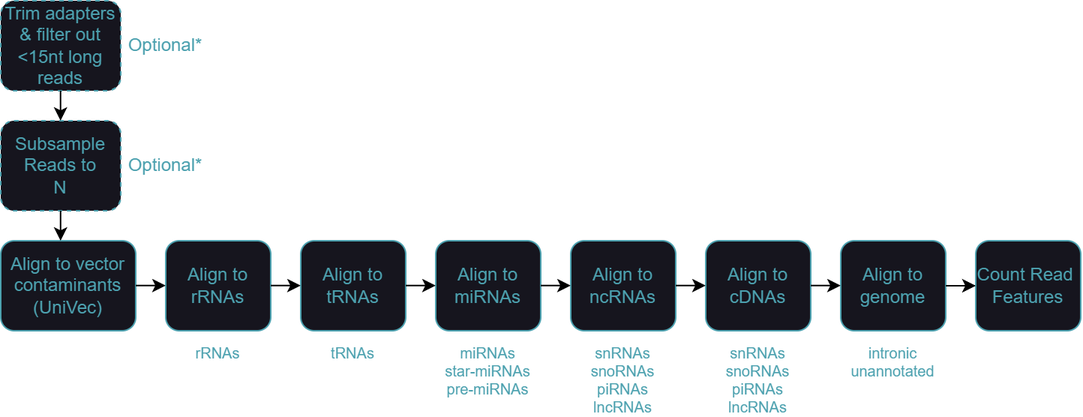
Above: assets/overview.single.lr.png in Aimann/rsb-align-pub (draw.io), before the change. Source tidied: cells renumbered, new cells last; positions are measured from the earlier drawing's top-left corner, leaving out a move shared by most shapes.
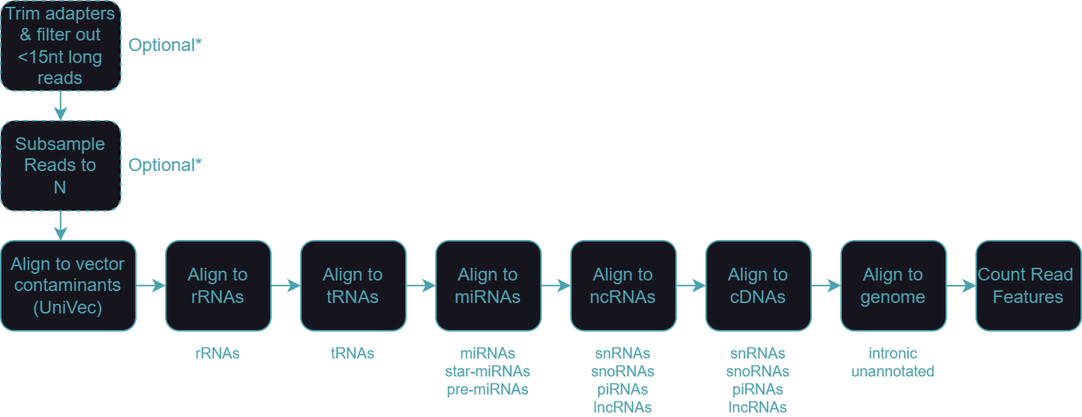
The same file after the commit.

Change to the diagram source:
```diff
@@ -26,37 +26,37 @@
     <mxCell id="9" value="&lt;font color=&quot;#4ca1af&quot;&gt;Subsample&lt;br&gt;Reads to&lt;br&gt;N&lt;/font&gt;" style="rounded=1;whiteSpace=wrap;html=1;dashed=1;fillColor=#16151e;strokeColor=#4CA1AF;" parent="1" vertex="1">
       <mxGeometry y="80" width="80" height="60" as="geometry" />
     </mxCell>
-    <mxCell id="10" style="endArrow=classic;html=1;exitX=1;exitY=0.5;exitDx=0;exitDy=0;entryX=0;entryY=0.5;entryDx=0;entryDy=0;" parent="1" edge="1">
+    <mxCell id="10" style="endArrow=classic;html=1;exitX=1;exitY=0.5;exitDx=0;exitDy=0;entryX=0;entryY=0.5;entryDx=0;entryDy=0;fontColor=#4CA1AF;labelBackgroundColor=#4CA1AF;strokeColor=#4CA1AF;" parent="1" edge="1">
       <mxGeometry relative="1" as="geometry">
         <mxPoint x="180" y="189.9" as="sourcePoint" />
         <mxPoint x="200" y="189.9" as="targetPoint" />
       </mxGeometry>
     </mxCell>
-    <mxCell id="11" style="endArrow=classic;html=1;exitX=1;exitY=0.5;exitDx=0;exitDy=0;entryX=0;entryY=0.5;entryDx=0;entryDy=0;" parent="1" edge="1">
+    <mxCell id="11" style="endArrow=classic;html=1;exitX=1;exitY=0.5;exitDx=0;exitDy=0;entryX=0;entryY=0.5;entryDx=0;entryDy=0;fontColor=#4CA1AF;labelBackgroundColor=#4CA1AF;strokeColor=#4CA1AF;" parent="1" edge="1">
       <mxGeometry relative="1" as="geometry">
         <mxPoint x="270" y="189.9" as="sourcePoint" />
         <mxPoint x="290" y="189.9" as="targetPoint" />
       </mxGeometry>
     </mxCell>
-    <mxCell id="12" style="endArrow=classic;html=1;exitX=1;exitY=0.5;exitDx=0;exitDy=0;entryX=0;entryY=0.5;entryDx=0;entryDy=0;" parent="1" edge="1">
+    <mxCell id="12" style="endArrow=classic;html=1;exitX=1;exitY=0.5;exitDx=0;exitDy=0;entryX=0;entryY=0.5;entryDx=0;entryDy=0;fontColor=#4CA1AF;labelBackgroundColor=#4CA1AF;strokeColor=#4CA1AF;" parent="1" edge="1">
       <mxGeometry relative="1" as="geometry">
         <mxPoint x="360" y="189.9" as="sourcePoint" />
         <mxPoint x="380" y="189.9" as="targetPoint" />
       </mxGeometry>
     </mxCell>
-    <mxCell id="13" style="endArrow=classic;html=1;exitX=1;exitY=0.5;exitDx=0;exitDy=0;entryX=0;entryY=0.5;entryDx=0;entryDy=0;" parent="1" edge="1">
+    <mxCell id="13" style="endArrow=classic;html=1;exitX=1;exitY=0.5;exitDx=0;exitDy=0;entryX=0;entryY=0.5;entryDx=0;entryDy=0;fontColor=#4CA1AF;labelBackgroundColor=#4CA1AF;strokeColor=#4CA1AF;" parent="1" edge="1">
       <mxGeometry relative="1" as="geometry">
         <mxPoint x="450" y="189.9" as="sourcePoint" />
         <mxPoint x="470" y="189.9" as="targetPoint" />
       </mxGeometry>
     </mxCell>
-    <mxCell id="14" style="endArrow=classic;html=1;exitX=1;exitY=0.5;exitDx=0;exitDy=0;entryX=0;entryY=0.5;entryDx=0;entryDy=0;" parent="1" edge="1">
+    <mxCell id="14" style="endArrow=classic;html=1;exitX=1;exitY=0.5;exitDx=0;exitDy=0;entryX=0;entryY=0.5;entryDx=0;entryDy=0;fontColor=#4CA1AF;labelBackgroundColor=#4CA1AF;strokeColor=#4CA1AF;" parent="1" edge="1">
       <mxGeometry relative="1" as="geometry">
         <mxPoint x="540" y="189.9" as="sourcePoint" />
         <mxPoint x="560" y="189.9" as="targetPoint" />
       </mxGeometry>
     </mxCell>
-    <mxCell id="15" style="endArrow=classic;html=1;exitX=1;exitY=0.5;exitDx=0;exitDy=0;entryX=0;entryY=0.5;entryDx=0;entryDy=0;" parent="1" edge="1">
+    <mxCell id="15" style="endArrow=classic;html=1;exitX=1;exitY=0.5;exitDx=0;exitDy=0;entryX=0;entryY=0.5;entryDx=0;entryDy=0;fontColor=#4CA1AF;labelBackgroundColor=#4CA1AF;strokeColor=#4CA1AF;" parent="1" edge="1">
       <mxGeometry relative="1" as="geometry">
         <mxPoint x="90" y="189.9" as="sourcePoint" />
         <mxPoint x="110" y="189.9" as="targetPoint" />
@@ -65,13 +65,13 @@
     <mxCell id="16" value="&lt;font color=&quot;#4ca1af&quot;&gt;Trim adapters &amp;amp; filter out &amp;lt;15nt long reads&lt;/font&gt;" style="rounded=1;whiteSpace=wrap;html=1;dashed=1;fillColor=#16151e;strokeColor=#4CA1AF;" parent="1" vertex="1">
       <mxGeometry width="80" height="60" as="geometry" />
     </mxCell>
-    <mxCell id="17" style="endArrow=classic;html=1;exitX=0.5;exitY=1;exitDx=0;exitDy=0;entryX=0.5;entryY=0;entryDx=0;entryDy=0;" parent="1" edge="1">
+    <mxCell id="17" style="endArrow=classic;html=1;exitX=0.5;exitY=1;exitDx=0;exitDy=0;entryX=0.5;entryY=0;entryDx=0;entryDy=0;fontColor=#4CA1AF;labelBackgroundColor=#4CA1AF;strokeColor=#4CA1AF;" parent="1" edge="1">
       <mxGeometry relative="1" as="geometry">
         <mxPoint x="39.9" y="60" as="sourcePoint" />
         <mxPoint x="39.9" y="80" as="targetPoint" />
       </mxGeometry>
     </mxCell>
-    <mxCell id="18" style="endArrow=classic;html=1;exitX=0.5;exitY=1;exitDx=0;exitDy=0;entryX=0.5;entryY=0;entryDx=0;entryDy=0;" parent="1" edge="1">
+    <mxCell id="18" style="endArrow=classic;html=1;exitX=0.5;exitY=1;exitDx=0;exitDy=0;entryX=0.5;entryY=0;entryDx=0;entryDy=0;fontColor=#4CA1AF;labelBackgroundColor=#4CA1AF;strokeColor=#4CA1AF;" parent="1" edge="1">
       <mxGeometry relative="1" as="geometry">
         <mxPoint x="39.9" y="140" as="sourcePoint" />
         <mxPoint x="39.9" y="160" as="targetPoint" />
@@ -80,7 +80,7 @@
     <mxCell id="19" value="&lt;font color=&quot;#4ca1af&quot;&gt;Count Read&amp;nbsp;&lt;br&gt;Features&lt;/font&gt;" style="rounded=1;whiteSpace=wrap;html=1;fillColor=#16151e;strokeColor=#4CA1AF;" parent="1" vertex="1">
       <mxGeometry x="650" y="160" width="70" height="60" as="geometry" />
     </mxCell>
-    <mxCell id="20" style="endArrow=classic;html=1;exitX=1;exitY=0.5;exitDx=0;exitDy=0;entryX=0;entryY=0.5;entryDx=0;entryDy=0;" parent="1" edge="1" source="8" target="19">
+    <mxCell id="20" style="endArrow=classic;html=1;exitX=1;exitY=0.5;exitDx=0;exitDy=0;entryX=0;entryY=0.5;entryDx=0;entryDy=0;fontColor=#4CA1AF;strokeColor=#4CA1AF;" parent="1" edge="1" source="8" target="19">
       <mxGeometry relative="1" as="geometry" />
     </mxCell>
     <mxCell id="21" value="Optional*&lt;span style=&quot;font-family: monospace; font-size: 0px; text-align: start;&quot;&gt;%3CmxGraphModel%3E%3Croot%3E%3CmxCell%20id%3D%220%22%2F%3E%3CmxCell%20id%3D%221%22%20parent%3D%220%22%2F%3E%3CmxCell%20id%3D%222%22%20value%3D%22%22%20style%3D%22endArrow%3Dclassic%3Bhtml%3D1%3BexitX%3D0.5%3BexitY%3D1%3BexitDx%3D0%3BexitDy%3D0%3BentryX%3D0.5%3BentryY%3D0%3BentryDx%3D0%3BentryDy%3D0%3B%22%20edge%3D%221%22%20parent%3D%221%22%3E%3CmxGeometry%20width%3D%2250%22%20height%3D%2250%22%20relative%3D%221%22%20as%3D%22geometry%22%3E%3CmxPoint%20x%3D%22714.8%22%20y%3D%22510%22%20as%3D%22sourcePoint%22%2F%3E%3CmxPoint%20x%3D%22714.8%22%20y%3D%22530%22%20as%3D%22targetPoint%22%2F%3E%3C%2FmxGeometry%3E%3C%2FmxCell%3E%3C%2Froot%3E%3C%2FmxGraphModel%3E&lt;/span&gt;" style="text;html=1;strokeColor=none;fillColor=none;align=center;verticalAlign=middle;whiteSpace=wrap;rounded=0;fontColor=#4CA1AF;" parent="1" vertex="1">
```
